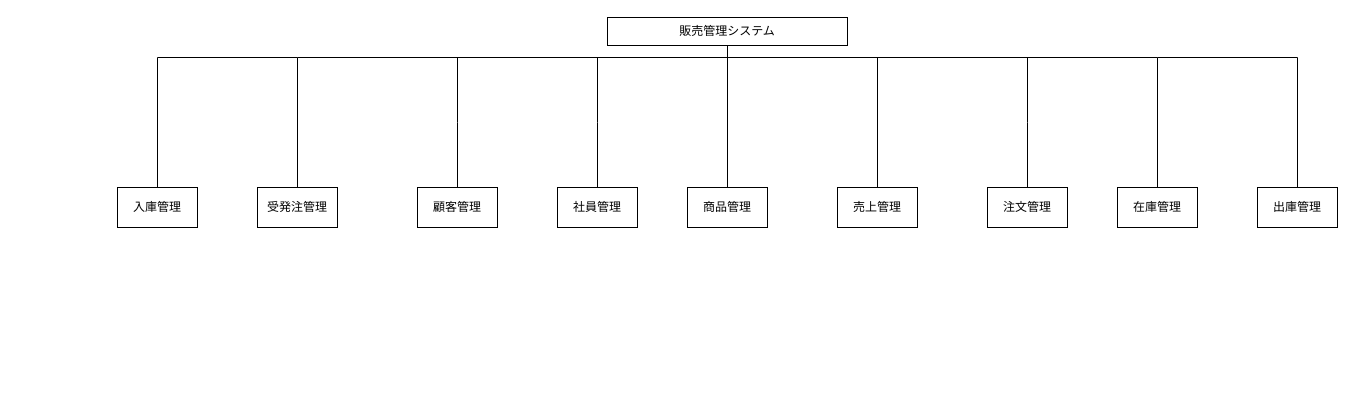
Earlier version of the draw.io diagram システム構造図.drawio (Yamanin3/system-devel). Source tidied: cells renumbered, new cells numbered last; positions are measured from the earlier drawing's top-left corner, leaving out a move shared by most shapes. Both pictures are drawn from the tidied source at 100%, with x=0, y=0 at pixel (117, 17).
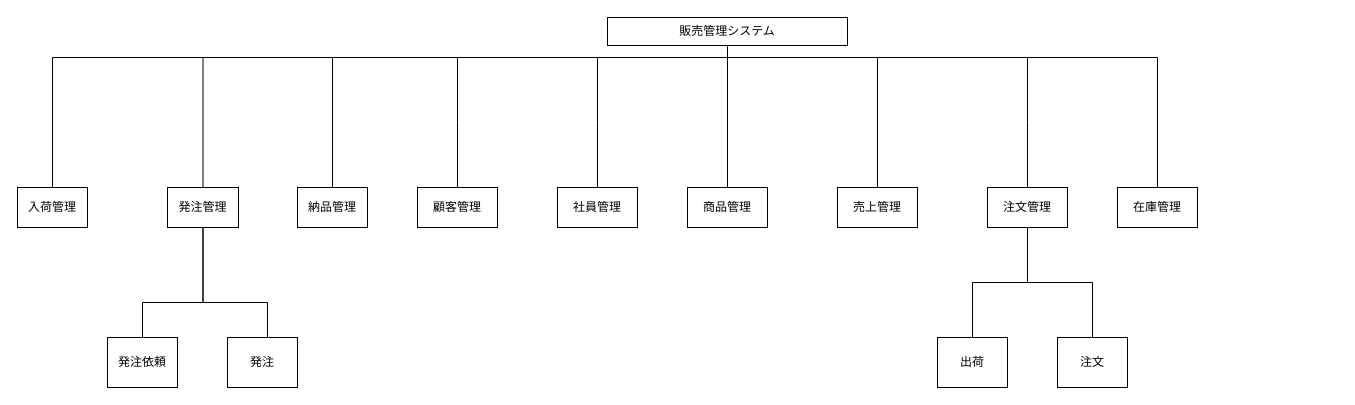
The same page after the edit.

Commit message:
システム構造図を完成させた

The change refers to these unchanged cells:
```xml
<mxCell id="21" value="注文管理" style="whiteSpace=wrap;html=1;align=center;verticalAlign=middle;rounded=0;" parent="1" vertex="1">
  <mxGeometry x="870" y="170" width="80" height="40" as="geometry" />
</mxCell>
```

What changed in the source:
```diff
@@
-    <mxCell id="11" value="出庫管理" style="whiteSpace=wrap;html=1;align=center;verticalAlign=middle;rounded=0;" parent="1" vertex="1">
-      <mxGeometry x="1140" y="170" width="80" height="40" as="geometry" />
-    </mxCell>
-    <mxCell id="12" style="edgeStyle=elbowEdgeStyle;elbow=vertical;startArrow=none;endArrow=none;rounded=0;" parent="1" edge="1" target="11">
-      <mxGeometry relative="1" as="geometry">
-        <mxPoint x="1040" y="40" as="sourcePoint" />
-        <Array as="points">
-          <mxPoint x="1180" y="40" />
-        </Array>
-      </mxGeometry>
-    </mxCell>
-    <mxCell id="13" value="受発注管理" style="whiteSpace=wrap;html=1;align=center;verticalAlign=middle;rounded=0;" parent="1" vertex="1">
-      <mxGeometry x="140" y="170" width="80" height="40" as="geometry" />
-    </mxCell>
-    <mxCell id="14" style="edgeStyle=elbowEdgeStyle;elbow=vertical;startArrow=none;endArrow=none;rounded=0;" parent="1" edge="1" target="13">
-      <mxGeometry relative="1" as="geometry">
-        <mxPoint x="350" y="40" as="sourcePoint" />
-        <Array as="points">
-          <mxPoint x="180" y="40" />
-        </Array>
-      </mxGeometry>
-    </mxCell>
-    <mxCell id="15" value="入庫管理" style="whiteSpace=wrap;html=1;align=center;verticalAlign=middle;rounded=0;" parent="1" vertex="1">
-      <mxGeometry y="170" width="80" height="40" as="geometry" />
-    </mxCell>
-    <mxCell id="16" style="edgeStyle=elbowEdgeStyle;elbow=vertical;startArrow=none;endArrow=none;rounded=0;" parent="1" edge="1" target="15">
-      <mxGeometry relative="1" as="geometry">
-        <mxPoint x="180" y="40" as="sourcePoint" />
-        <Array as="points">
-          <mxPoint x="40" y="40" />
-        </Array>
-      </mxGeometry>
-    </mxCell>
@@
+    <mxCell id="23" value="発注管理" style="whiteSpace=wrap;html=1;align=center;verticalAlign=middle;" parent="1" vertex="1">
+      <mxGeometry x="50" y="170" width="71" height="40" as="geometry" />
+    </mxCell>
+    <mxCell id="24" style="edgeStyle=elbowEdgeStyle;elbow=vertical;startArrow=none;endArrow=none;rounded=0;" parent="1" edge="1" target="23">
+      <mxGeometry relative="1" as="geometry">
+        <mxPoint x="220" y="40" as="sourcePoint" />
+        <Array as="points">
+          <mxPoint x="46" y="40" />
+        </Array>
+      </mxGeometry>
+    </mxCell>
+    <mxCell id="25" value="納品管理" style="whiteSpace=wrap;html=1;align=center;verticalAlign=middle;" parent="1" vertex="1">
+      <mxGeometry x="180" y="170" width="70" height="40" as="geometry" />
+    </mxCell>
+    <mxCell id="26" style="edgeStyle=elbowEdgeStyle;elbow=vertical;startArrow=none;endArrow=none;rounded=0;" parent="1" edge="1">
+      <mxGeometry relative="1" as="geometry">
+        <mxPoint x="340" y="40" as="sourcePoint" />
+        <mxPoint x="215" y="170" as="targetPoint" />
+        <Array as="points">
+          <mxPoint x="215" y="40" />
+        </Array>
+      </mxGeometry>
+    </mxCell>
+    <mxCell id="27" value="入荷管理" style="whiteSpace=wrap;html=1;align=center;verticalAlign=middle;" parent="1" vertex="1">
+      <mxGeometry x="-100" y="170" width="70" height="40" as="geometry" />
+    </mxCell>
+    <mxCell id="28" style="edgeStyle=elbowEdgeStyle;elbow=vertical;startArrow=none;endArrow=none;rounded=0;" parent="1" edge="1" target="27">
+      <mxGeometry relative="1" as="geometry">
+        <mxPoint x="110" y="40" as="sourcePoint" />
+        <Array as="points">
+          <mxPoint x="80" y="40" />
+          <mxPoint x="20" y="40" />
+          <mxPoint x="-195" y="40" />
+        </Array>
+      </mxGeometry>
+    </mxCell>
+    <mxCell id="29" style="edgeStyle=orthogonalEdgeStyle;startArrow=none;endArrow=none;rounded=0;targetPortConstraint=eastwest;sourcePortConstraint=northsouth;" parent="1" edge="1" target="31">
+      <mxGeometry relative="1" as="geometry">
+        <mxPoint x="85.5" y="210" as="sourcePoint" />
+        <Array as="points">
+          <mxPoint x="86" y="285" />
+        </Array>
+      </mxGeometry>
+    </mxCell>
+    <mxCell id="30" style="edgeStyle=orthogonalEdgeStyle;startArrow=none;endArrow=none;rounded=0;targetPortConstraint=eastwest;sourcePortConstraint=northsouth;entryX=0;entryY=0.5;entryDx=0;entryDy=0;" parent="1" edge="1" target="32">
+      <mxGeometry relative="1" as="geometry">
+        <mxPoint x="85.5" y="210" as="sourcePoint" />
+        <Array as="points">
+          <mxPoint x="86" y="285" />
+          <mxPoint x="150" y="285" />
+          <mxPoint x="150" y="345" />
+        </Array>
+      </mxGeometry>
+    </mxCell>
+    <mxCell id="31" value="発注依頼" style="whiteSpace=wrap;html=1;align=center;verticalAlign=middle;" parent="1" vertex="1">
+      <mxGeometry x="-10" y="320" width="70" height="50" as="geometry" />
+    </mxCell>
+    <mxCell id="32" value="発注" style="whiteSpace=wrap;html=1;align=center;verticalAlign=middle;" parent="1" vertex="1">
+      <mxGeometry x="110" y="320" width="70" height="50" as="geometry" />
+    </mxCell>
+    <mxCell id="33" value="注文" style="whiteSpace=wrap;html=1;align=center;verticalAlign=middle;" parent="1" vertex="1">
+      <mxGeometry x="940" y="320" width="70" height="50" as="geometry" />
+    </mxCell>
+    <mxCell id="34" style="edgeStyle=elbowEdgeStyle;elbow=vertical;startArrow=none;endArrow=none;rounded=0;" parent="1" edge="1" target="33">
+      <mxGeometry relative="1" as="geometry">
+        <mxPoint x="910" y="210" as="sourcePoint" />
+      </mxGeometry>
+    </mxCell>
+    <mxCell id="35" value="出荷" style="whiteSpace=wrap;html=1;align=center;verticalAlign=middle;" parent="1" vertex="1">
+      <mxGeometry x="820" y="320" width="70" height="50" as="geometry" />
+    </mxCell>
+    <mxCell id="36" style="edgeStyle=elbowEdgeStyle;elbow=vertical;startArrow=none;endArrow=none;rounded=0;exitX=0.5;exitY=1;exitDx=0;exitDy=0;" parent="1" edge="1" source="21" target="35">
+      <mxGeometry relative="1" as="geometry" />
+    </mxCell>
```
